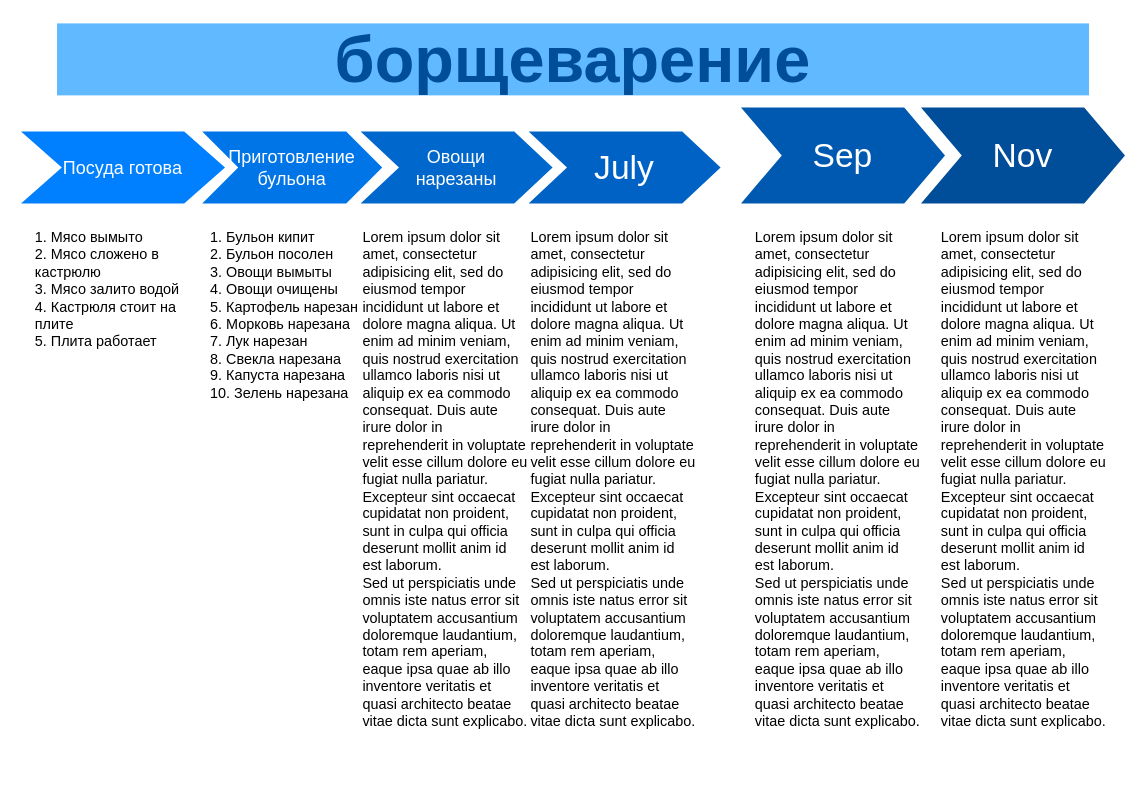
This is Диаграмма без названия.drawio from OpIrinka/test, a draw.io file, before an edit. Source tidied: cells renumbered, new cells numbered last; positions are measured from the earlier drawing's top-left corner, leaving out a move shared by most shapes. Both pictures are drawn from the tidied source at 120%, with x=0, y=0 at pixel (20, 23).
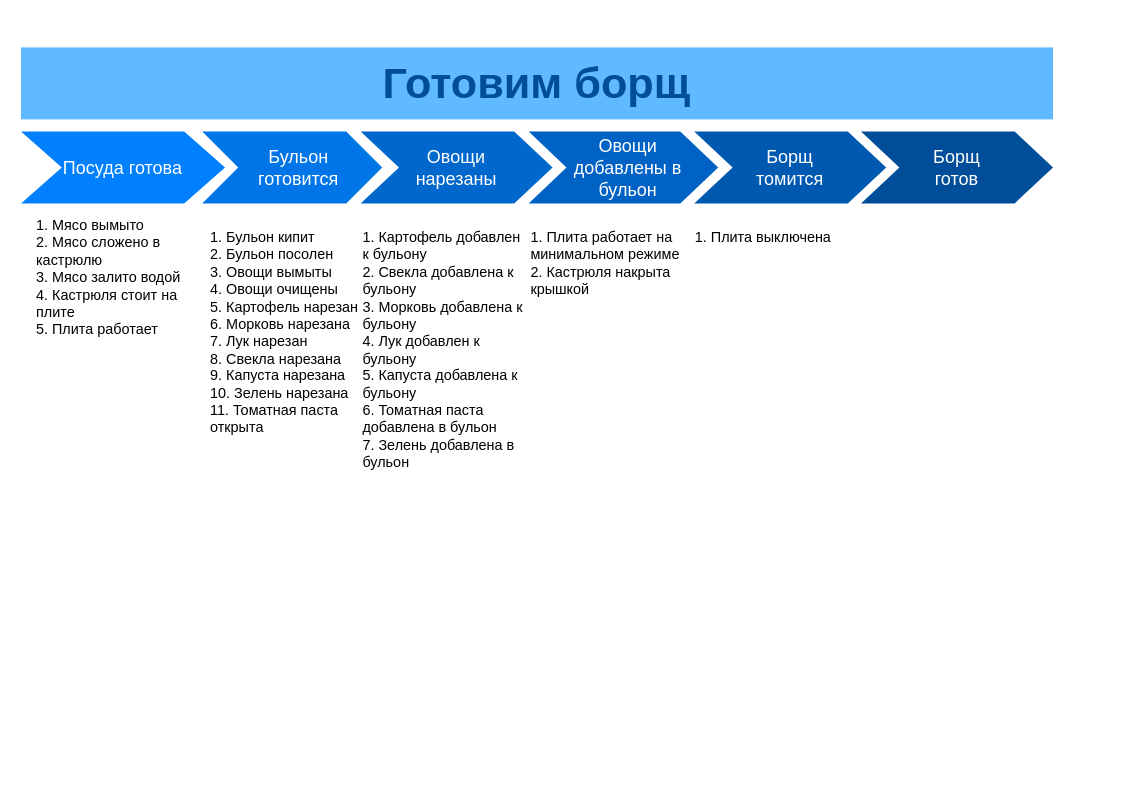
After the change.

Commit message:
Borsch is ready

The edit, as a diff of the source:
```diff
@@
 <mxGraphModel>
   <root>
     <mxCell id="0" />
     <mxCell id="1" parent="0" />
     <mxCell id="2" value="Посуда готова" style="shape=step;whiteSpace=wrap;html=1;fontSize=15;fillColor=#0080FF;fontColor=#FFFFFF;strokeColor=none;" parent="1" vertex="1">
       <mxGeometry y="90" width="170" height="60" as="geometry" />
     </mxCell>
-    <mxCell id="3" value="Приготовление бульона" style="shape=step;whiteSpace=wrap;html=1;fontSize=15;fillColor=#0075E8;fontColor=#FFFFFF;strokeColor=none;" parent="1" vertex="1">
+    <mxCell id="3" value="Бульон&lt;br&gt;готовится" style="shape=step;whiteSpace=wrap;html=1;fontSize=15;fillColor=#0075E8;fontColor=#FFFFFF;strokeColor=none;spacingLeft=11;" parent="1" vertex="1">
       <mxGeometry x="151" y="90" width="150" height="60" as="geometry" />
     </mxCell>
     <mxCell id="4" value="Овощи&lt;br&gt;нарезаны" style="shape=step;whiteSpace=wrap;html=1;fontSize=15;fillColor=#0067CC;fontColor=#FFFFFF;strokeColor=none;" parent="1" vertex="1">
       <mxGeometry x="283" y="90" width="160" height="60" as="geometry" />
     </mxCell>
-    <mxCell id="5" value="July" style="shape=step;whiteSpace=wrap;html=1;fontSize=28;fillColor=#0062C4;fontColor=#FFFFFF;strokeColor=none;" parent="1" vertex="1">
-      <mxGeometry x="423" y="90" width="160" height="60" as="geometry" />
+    <mxCell id="5" value="&lt;span style=&quot;font-size: 15px;&quot;&gt;Овощи добавлены в бульон&lt;/span&gt;" style="shape=step;whiteSpace=wrap;html=1;fontSize=15;fillColor=#0062C4;fontColor=#FFFFFF;strokeColor=none;verticalAlign=middle;align=center;spacingTop=0;spacingLeft=18;spacingBottom=0;spacingRight=10;" parent="1" vertex="1">
+      <mxGeometry x="423" y="90" width="158" height="60" as="geometry" />
     </mxCell>
-    <mxCell id="6" value="Sep" style="shape=step;whiteSpace=wrap;html=1;fontSize=28;fillColor=#0059B0;fontColor=#FFFFFF;strokeColor=none;" parent="1" vertex="1">
-      <mxGeometry x="600" y="70" width="170" height="80" as="geometry" />
+    <mxCell id="6" value="Борщ&lt;br&gt;томится" style="shape=step;whiteSpace=wrap;html=1;fontSize=15;fillColor=#0059B0;fontColor=#FFFFFF;strokeColor=none;" parent="1" vertex="1">
+      <mxGeometry x="561" y="90" width="160" height="60" as="geometry" />
     </mxCell>
-    <mxCell id="7" value="Nov" style="shape=step;whiteSpace=wrap;html=1;fontSize=28;fillColor=#004D99;fontColor=#FFFFFF;strokeColor=none;" parent="1" vertex="1">
-      <mxGeometry x="750" y="70" width="170" height="80" as="geometry" />
+    <mxCell id="7" value="Борщ&lt;br style=&quot;font-size: 15px;&quot;&gt;готов" style="shape=step;whiteSpace=wrap;html=1;fontSize=15;fillColor=#004D99;fontColor=#FFFFFF;strokeColor=none;" parent="1" vertex="1">
+      <mxGeometry x="700" y="90" width="160" height="60" as="geometry" />
     </mxCell>
-    <mxCell id="8" value="борщеварение" style="text;html=1;strokeColor=none;fillColor=#61BAFF;align=center;verticalAlign=middle;whiteSpace=wrap;fontSize=54;fontStyle=1;fontColor=#004D99;" parent="1" vertex="1">
-      <mxGeometry x="30" width="860" height="60" as="geometry" />
+    <mxCell id="8" value="Готовим борщ" style="text;html=1;strokeColor=none;fillColor=#61BAFF;align=center;verticalAlign=middle;whiteSpace=wrap;fontSize=36;fontStyle=1;fontColor=#004D99;" parent="1" vertex="1">
+      <mxGeometry y="20" width="860" height="60" as="geometry" />
     </mxCell>
     <mxCell id="9" value="1. Мясо вымыто&lt;br&gt;2. Мясо сложено в кастрюлю&lt;br&gt;3. Мясо залито водой&lt;br&gt;4. Кастрюля стоит на плите&lt;br&gt;5. Плита работает" style="text;spacingTop=-5;fillColor=#ffffff;whiteSpace=wrap;html=1;align=left;fontSize=12;fontFamily=Helvetica;fillColor=none;strokeColor=none;" parent="1" vertex="1">
-      <mxGeometry x="10" y="170" width="140" height="470" as="geometry" />
+      <mxGeometry x="11" y="160" width="140" height="250" as="geometry" />
     </mxCell>
-    <mxCell id="10" value="1. Бульон кипит&lt;br&gt;2. Бульон посолен&lt;br&gt;3. Овощи вымыты&lt;br&gt;4. Овощи очищены&lt;br&gt;5. Картофель нарезан&lt;br&gt;6. Морковь нарезана&lt;br&gt;7. Лук нарезан&lt;br&gt;8. Свекла нарезана&lt;br&gt;9. Капуста нарезана&lt;br&gt;10. Зелень нарезана" style="text;spacingTop=-5;fillColor=#ffffff;whiteSpace=wrap;html=1;align=left;fontSize=12;fontFamily=Helvetica;fillColor=none;strokeColor=none;" parent="1" vertex="1">
-      <mxGeometry x="156" y="170" width="140" height="470" as="geometry" />
+    <mxCell id="10" value="1. Бульон кипит&lt;br&gt;2. Бульон посолен&lt;br&gt;3. Овощи вымыты&lt;br&gt;4. Овощи очищены&lt;br&gt;5. Картофель нарезан&lt;br&gt;6. Морковь нарезана&lt;br&gt;7. Лук нарезан&lt;br&gt;8. Свекла нарезана&lt;br&gt;9. Капуста нарезана&lt;br&gt;10. Зелень нарезана&lt;br&gt;11. Томатная паста открыта" style="text;spacingTop=-5;fillColor=#ffffff;whiteSpace=wrap;html=1;align=left;fontSize=12;fontFamily=Helvetica;fillColor=none;strokeColor=none;" parent="1" vertex="1">
+      <mxGeometry x="156" y="170" width="140" height="240" as="geometry" />
     </mxCell>
-    <mxCell id="11" value="Lorem ipsum dolor sit amet, consectetur adipisicing elit, sed do eiusmod tempor incididunt ut labore et dolore magna aliqua. Ut enim ad minim veniam, quis nostrud exercitation ullamco laboris nisi ut aliquip ex ea commodo consequat. Duis aute irure dolor in reprehenderit in voluptate velit esse cillum dolore eu fugiat nulla pariatur. Excepteur sint occaecat cupidatat non proident, sunt in culpa qui officia deserunt mollit anim id est laborum.&lt;br&gt;Sed ut perspiciatis unde omnis iste natus error sit voluptatem accusantium doloremque laudantium, totam rem aperiam, eaque ipsa quae ab illo inventore veritatis et quasi architecto beatae vitae dicta sunt explicabo." style="text;spacingTop=-5;fillColor=#ffffff;whiteSpace=wrap;html=1;align=left;fontSize=12;fontFamily=Helvetica;fillColor=none;strokeColor=none;" parent="1" vertex="1">
-      <mxGeometry x="283" y="170" width="140" height="470" as="geometry" />
+    <mxCell id="11" value="1. Картофель добавлен к бульону&lt;br&gt;2. Свекла добавлена к бульону&lt;br&gt;3. Морковь добавлена к бульону&lt;br&gt;4. Лук добавлен к бульону&lt;br&gt;5. Капуста добавлена к бульону&lt;br&gt;6. Томатная паста добавлена в бульон&lt;br&gt;7. Зелень добавлена в бульон" style="text;spacingTop=-5;fillColor=#ffffff;whiteSpace=wrap;html=1;align=left;fontSize=12;fontFamily=Helvetica;fillColor=none;strokeColor=none;" parent="1" vertex="1">
+      <mxGeometry x="283" y="170" width="140" height="240" as="geometry" />
     </mxCell>
-    <mxCell id="12" value="Lorem ipsum dolor sit amet, consectetur adipisicing elit, sed do eiusmod tempor incididunt ut labore et dolore magna aliqua. Ut enim ad minim veniam, quis nostrud exercitation ullamco laboris nisi ut aliquip ex ea commodo consequat. Duis aute irure dolor in reprehenderit in voluptate velit esse cillum dolore eu fugiat nulla pariatur. Excepteur sint occaecat cupidatat non proident, sunt in culpa qui officia deserunt mollit anim id est laborum.&lt;br&gt;Sed ut perspiciatis unde omnis iste natus error sit voluptatem accusantium doloremque laudantium, totam rem aperiam, eaque ipsa quae ab illo inventore veritatis et quasi architecto beatae vitae dicta sunt explicabo." style="text;spacingTop=-5;fillColor=#ffffff;whiteSpace=wrap;html=1;align=left;fontSize=12;fontFamily=Helvetica;fillColor=none;strokeColor=none;" parent="1" vertex="1">
-      <mxGeometry x="423" y="170" width="140" height="470" as="geometry" />
+    <mxCell id="12" value="1. Плита работает на минимальном режиме&lt;br&gt;2. Кастрюля накрыта крышкой" style="text;spacingTop=-5;fillColor=#ffffff;whiteSpace=wrap;html=1;align=left;fontSize=12;fontFamily=Helvetica;fillColor=none;strokeColor=none;" parent="1" vertex="1">
+      <mxGeometry x="423" y="170" width="140" height="240" as="geometry" />
     </mxCell>
-    <mxCell id="13" value="Lorem ipsum dolor sit amet, consectetur adipisicing elit, sed do eiusmod tempor incididunt ut labore et dolore magna aliqua. Ut enim ad minim veniam, quis nostrud exercitation ullamco laboris nisi ut aliquip ex ea commodo consequat. Duis aute irure dolor in reprehenderit in voluptate velit esse cillum dolore eu fugiat nulla pariatur. Excepteur sint occaecat cupidatat non proident, sunt in culpa qui officia deserunt mollit anim id est laborum.&lt;br&gt;Sed ut perspiciatis unde omnis iste natus error sit voluptatem accusantium doloremque laudantium, totam rem aperiam, eaque ipsa quae ab illo inventore veritatis et quasi architecto beatae vitae dicta sunt explicabo." style="text;spacingTop=-5;fillColor=#ffffff;whiteSpace=wrap;html=1;align=left;fontSize=12;fontFamily=Helvetica;fillColor=none;strokeColor=none;" parent="1" vertex="1">
-      <mxGeometry x="610" y="170" width="140" height="470" as="geometry" />
+    <mxCell id="13" value="1. Плита выключена" style="text;spacingTop=-5;fillColor=#ffffff;whiteSpace=wrap;html=1;align=left;fontSize=12;fontFamily=Helvetica;fillColor=none;strokeColor=none;" parent="1" vertex="1">
+      <mxGeometry x="560" y="170" width="140" height="240" as="geometry" />
     </mxCell>
-    <mxCell id="14" value="Lorem ipsum dolor sit amet, consectetur adipisicing elit, sed do eiusmod tempor incididunt ut labore et dolore magna aliqua. Ut enim ad minim veniam, quis nostrud exercitation ullamco laboris nisi ut aliquip ex ea commodo consequat. Duis aute irure dolor in reprehenderit in voluptate velit esse cillum dolore eu fugiat nulla pariatur. Excepteur sint occaecat cupidatat non proident, sunt in culpa qui officia deserunt mollit anim id est laborum.&lt;br&gt;Sed ut perspiciatis unde omnis iste natus error sit voluptatem accusantium doloremque laudantium, totam rem aperiam, eaque ipsa quae ab illo inventore veritatis et quasi architecto beatae vitae dicta sunt explicabo." style="text;spacingTop=-5;fillColor=#ffffff;whiteSpace=wrap;html=1;align=left;fontSize=12;fontFamily=Helvetica;fillColor=none;strokeColor=none;" parent="1" vertex="1">
-      <mxGeometry x="765" y="170" width="140" height="470" as="geometry" />
-    </mxCell>
   </root>
 </mxGraphModel>
```
